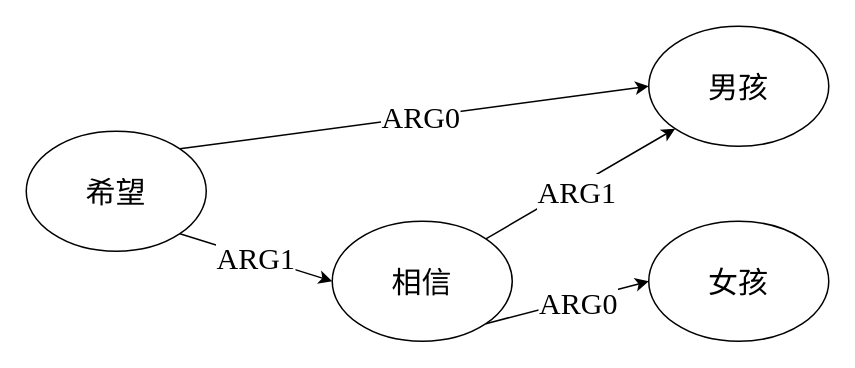
Before: work1/amr_男孩希望女孩相信他.drawio in crawlerWPS/drawing, a draw.io diagram. Source tidied: cells renumbered, new cells numbered last; positions are measured from the earlier drawing's top-left corner, leaving out a move shared by most shapes. Both pictures are drawn from the tidied source at 150%, with x=0, y=0 at pixel (26, 26).
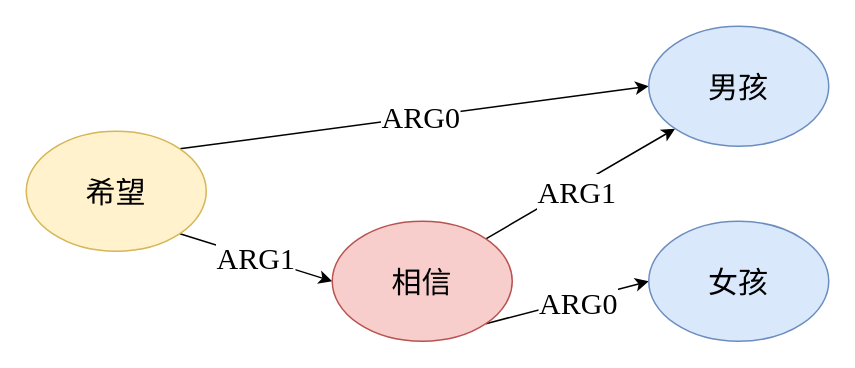
The same page after the edit.

Commit message (it also covers changes not shown here):
更新amr_男孩希望女孩相信他.drawio

Change to the diagram source:
```diff
@@
 <mxGraphModel>
   <root>
     <mxCell id="0" />
     <mxCell id="1" parent="0" />
     <mxCell id="2" value="ARG1" style="rounded=0;jettySize=auto;html=1;exitX=1;exitY=1;exitDx=0;exitDy=0;entryX=0;entryY=0.5;entryDx=0;entryDy=0;fontFamily=Times New Roman;fontSize=20;" parent="1" edge="1" source="5" target="10">
       <mxGeometry relative="1" as="geometry" />
     </mxCell>
     <mxCell id="3" style="rounded=0;jettySize=auto;html=1;exitX=1;exitY=0;exitDx=0;exitDy=0;entryX=0;entryY=0.5;entryDx=0;entryDy=0;fontSize=20;" parent="1" edge="1" source="5" target="12">
       <mxGeometry relative="1" as="geometry" />
     </mxCell>
     <mxCell id="4" value="ARG0" style="edgeLabel;html=1;align=center;verticalAlign=middle;fontFamily=Times New Roman;fontSize=20;" parent="3" vertex="1">
       <mxGeometry x="0.03" y="1" relative="1" as="geometry" />
     </mxCell>
-    <mxCell id="5" value="希望" style="ellipse;whiteSpace=wrap;html=1;fontFamily=宋体-简;fontSize=20;" parent="1" vertex="1">
+    <mxCell id="5" value="希望" style="ellipse;whiteSpace=wrap;html=1;fontFamily=宋体-简;fontSize=20;fillColor=#fff2cc;strokeColor=#d6b656;" parent="1" vertex="1">
       <mxGeometry y="70" width="120" height="80" as="geometry" />
     </mxCell>
     <mxCell id="6" style="rounded=0;jettySize=auto;html=1;exitX=1;exitY=0;exitDx=0;exitDy=0;entryX=0;entryY=1;entryDx=0;entryDy=0;fontSize=20;" parent="1" edge="1" source="10" target="12">
       <mxGeometry relative="1" as="geometry" />
     </mxCell>
     <mxCell id="7" value="ARG1" style="edgeLabel;html=1;align=center;verticalAlign=middle;fontFamily=Times New Roman;fontSize=20;" parent="6" vertex="1">
       <mxGeometry x="-0.07" y="-2" relative="1" as="geometry" />
     </mxCell>
     <mxCell id="8" style="rounded=0;jettySize=auto;html=1;exitX=1;exitY=1;exitDx=0;exitDy=0;entryX=0;entryY=0.5;entryDx=0;entryDy=0;fontSize=20;" parent="1" edge="1" source="10" target="11">
       <mxGeometry relative="1" as="geometry" />
     </mxCell>
     <mxCell id="9" value="ARG0" style="edgeLabel;html=1;align=center;verticalAlign=middle;fontFamily=Times New Roman;fontSize=20;" parent="8" vertex="1">
       <mxGeometry x="0.13" y="-1" relative="1" as="geometry" />
     </mxCell>
-    <mxCell id="10" value="相信" style="ellipse;whiteSpace=wrap;html=1;fontSize=20;" parent="1" vertex="1">
+    <mxCell id="10" value="相信" style="ellipse;whiteSpace=wrap;html=1;fontSize=20;fillColor=#f8cecc;strokeColor=#b85450;" parent="1" vertex="1">
       <mxGeometry x="204" y="130" width="120" height="80" as="geometry" />
     </mxCell>
-    <mxCell id="11" value="女孩" style="ellipse;whiteSpace=wrap;html=1;fontFamily=宋体-简;fontSize=20;" parent="1" vertex="1">
+    <mxCell id="11" value="女孩" style="ellipse;whiteSpace=wrap;html=1;fontFamily=宋体-简;fontSize=20;fillColor=#dae8fc;strokeColor=#6c8ebf;" parent="1" vertex="1">
       <mxGeometry x="415" y="130" width="120" height="80" as="geometry" />
     </mxCell>
-    <mxCell id="12" value="男孩" style="ellipse;whiteSpace=wrap;html=1;fontFamily=宋体-简;fontSize=20;" parent="1" vertex="1">
+    <mxCell id="12" value="男孩" style="ellipse;whiteSpace=wrap;html=1;fontFamily=宋体-简;fontSize=20;fillColor=#dae8fc;strokeColor=#6c8ebf;" parent="1" vertex="1">
       <mxGeometry x="415" width="120" height="80" as="geometry" />
     </mxCell>
   </root>
 </mxGraphModel>
```
